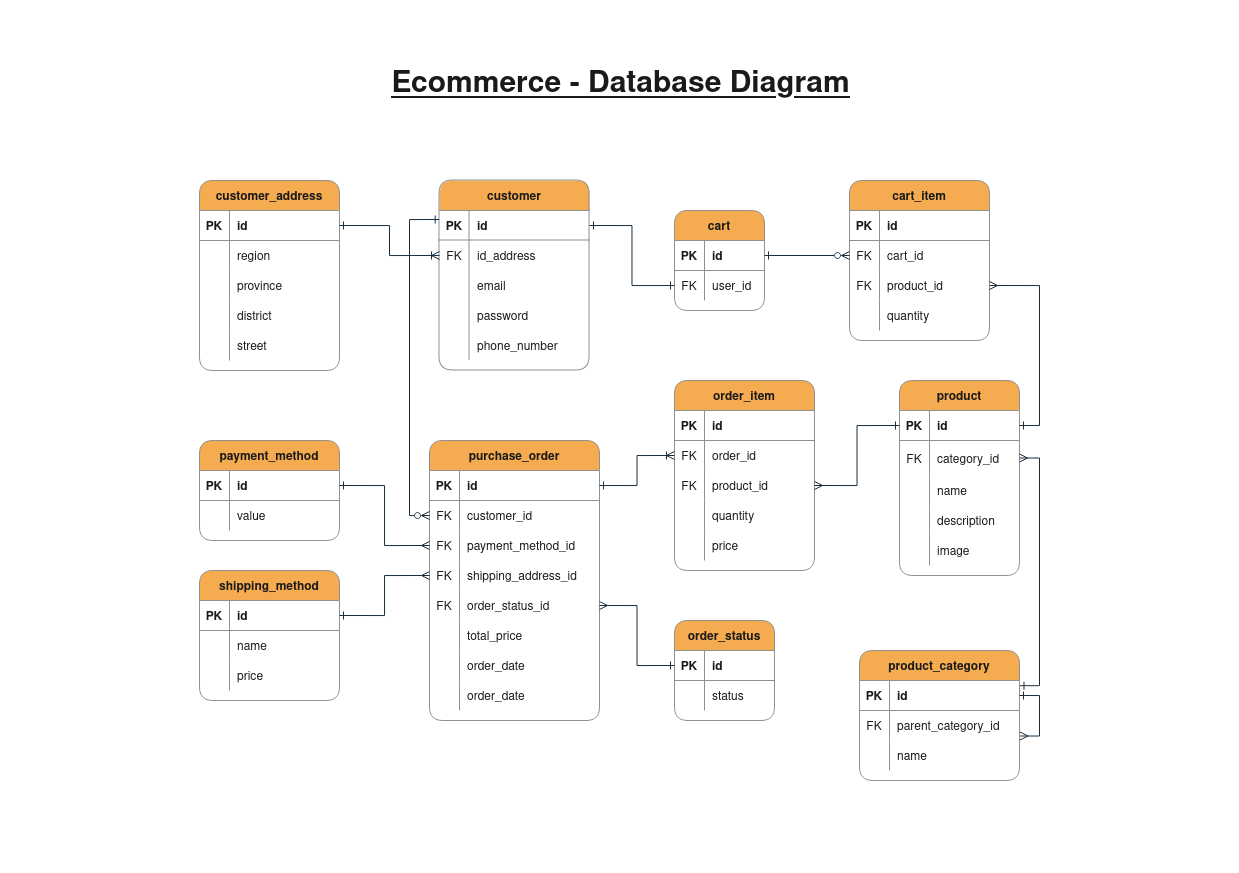
The draw.io diagram ecommerce-db.drawio.png in wguia03/gm-ecommerce-api, before a commit. Source tidied: cells renumbered, new cells last; positions are measured from the earlier drawing's top-left corner, leaving out a move shared by most shapes.
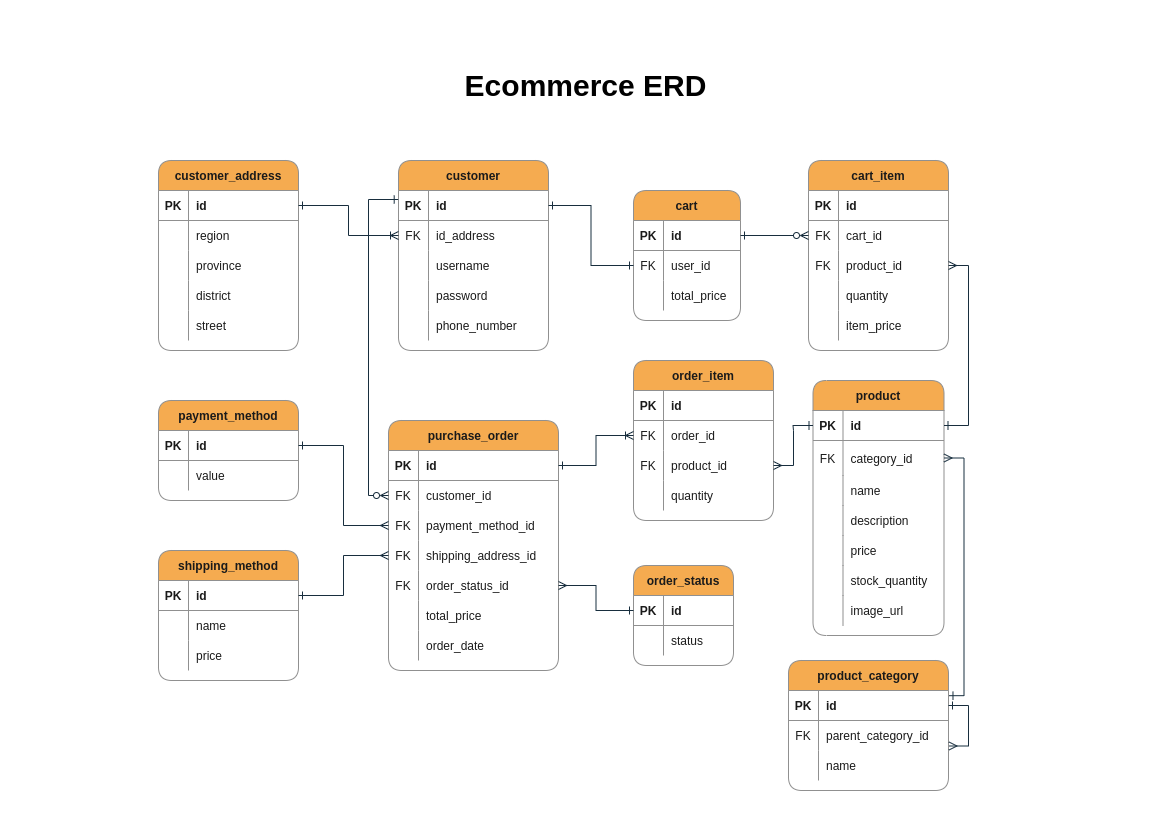
After the change.

The edit, as a diff of the source:
```diff
@@ -4,5 +4,2 @@
     <mxCell id="1" parent="0" />
-    <mxCell id="2" value="Ecommerce - Database Diagram" style="text;html=1;align=center;verticalAlign=middle;strokeColor=none;fillColor=none;strokeWidth=0;fontFamily=Helvetica;fontSize=30;fontStyle=5;rounded=1;labelBackgroundColor=none;fontColor=#1A1A1A;" parent="1" vertex="1">
-      <mxGeometry x="191" width="460" height="50" as="geometry" />
-    </mxCell>
     <mxCell id="3" value="customer" style="shape=table;startSize=30;rowLines=0;fontStyle=1;align=center;fillColor=#F5AB50;strokeColor=#909090;rounded=1;labelBackgroundColor=none;fontColor=#1A1A1A;" parent="1" vertex="1">
@@ -34,3 +31,3 @@
     </mxCell>
-    <mxCell id="12" value="email" style="shape=partialRectangle;overflow=hidden;fillColor=none;top=0;left=0;bottom=0;right=0;align=left;spacingLeft=6;rounded=1;labelBackgroundColor=none;strokeColor=#909090;fontColor=#1A1A1A;" parent="10" vertex="1">
+    <mxCell id="12" value="username" style="shape=partialRectangle;overflow=hidden;fillColor=none;top=0;left=0;bottom=0;right=0;align=left;spacingLeft=6;rounded=1;labelBackgroundColor=none;strokeColor=#909090;fontColor=#1A1A1A;" parent="10" vertex="1">
       <mxGeometry x="30" width="120" height="30" as="geometry" />
@@ -56,6 +53,6 @@
     <mxCell id="19" value="cart" style="shape=table;startSize=30;rowLines=0;fontStyle=1;align=center;fillColor=#F5AB50;strokeColor=#909090;rounded=1;labelBackgroundColor=none;fontColor=#1A1A1A;" parent="1" vertex="1">
-      <mxGeometry x="475" y="150" width="90" height="100" as="geometry" />
+      <mxGeometry x="475" y="150" width="107" height="130" as="geometry" />
     </mxCell>
     <mxCell id="20" style="shape=partialRectangle;fillColor=none;points=[[0,0.5],[1,0.5]];portConstraint=eastwest;top=0;left=0;right=0;bottom=1;rounded=1;labelBackgroundColor=none;strokeColor=#909090;fontColor=#1A1A1A;" parent="19" vertex="1">
-      <mxGeometry y="30" width="90" height="30" as="geometry" />
+      <mxGeometry y="30" width="107" height="30" as="geometry" />
     </mxCell>
@@ -65,6 +62,6 @@
     <mxCell id="22" value="id" style="shape=partialRectangle;overflow=hidden;fillColor=none;top=0;left=0;bottom=0;right=0;align=left;spacingLeft=6;fontStyle=1;rounded=1;labelBackgroundColor=none;strokeColor=#909090;fontColor=#1A1A1A;" parent="20" vertex="1">
-      <mxGeometry x="30" width="60" height="30" as="geometry" />
+      <mxGeometry x="30" width="77" height="30" as="geometry" />
     </mxCell>
     <mxCell id="23" style="shape=partialRectangle;fillColor=none;points=[[0,0.5],[1,0.5]];portConstraint=eastwest;top=0;left=0;right=0;bottom=0;rounded=1;labelBackgroundColor=none;strokeColor=#909090;fontColor=#1A1A1A;" parent="19" vertex="1">
-      <mxGeometry y="60" width="90" height="30" as="geometry" />
+      <mxGeometry y="60" width="107" height="30" as="geometry" />
     </mxCell>
@@ -74,6 +71,15 @@
     <mxCell id="25" value="user_id" style="shape=partialRectangle;overflow=hidden;fillColor=none;top=0;left=0;bottom=0;right=0;align=left;spacingLeft=6;rounded=1;labelBackgroundColor=none;strokeColor=#909090;fontColor=#1A1A1A;" parent="23" vertex="1">
-      <mxGeometry x="30" width="60" height="30" as="geometry" />
+      <mxGeometry x="30" width="77" height="30" as="geometry" />
     </mxCell>
+    <mxCell id="158" style="shape=partialRectangle;fillColor=none;top=0;left=0;right=0;bottom=0;rounded=1;labelBackgroundColor=none;strokeColor=#909090;fontColor=#1A1A1A;" parent="19" vertex="1">
+      <mxGeometry y="90" width="107" height="30" as="geometry" />
+    </mxCell>
+    <mxCell id="159" style="shape=partialRectangle;overflow=hidden;fillColor=none;top=0;left=0;bottom=0;right=0;rounded=1;labelBackgroundColor=none;strokeColor=#909090;fontColor=#1A1A1A;" parent="158" vertex="1">
+      <mxGeometry width="30" height="30" as="geometry" />
+    </mxCell>
+    <mxCell id="160" value="total_price" style="shape=partialRectangle;overflow=hidden;fillColor=none;top=0;left=0;bottom=0;right=0;align=left;spacingLeft=6;rounded=1;labelBackgroundColor=none;strokeColor=#909090;fontColor=#1A1A1A;" parent="158" vertex="1">
+      <mxGeometry x="30" width="77" height="30" as="geometry" />
+    </mxCell>
     <mxCell id="26" value="cart_item" style="shape=table;startSize=30;rowLines=0;fontStyle=1;align=center;fillColor=#F5AB50;strokeColor=#909090;rounded=1;labelBackgroundColor=none;fontColor=#1A1A1A;" parent="1" vertex="1">
-      <mxGeometry x="650" y="120" width="140" height="160" as="geometry" />
+      <mxGeometry x="650" y="120" width="140" height="190" as="geometry" />
     </mxCell>
@@ -115,2 +121,11 @@
     </mxCell>
+    <mxCell id="118" style="shape=partialRectangle;fillColor=none;top=0;left=0;right=0;bottom=0;rounded=1;labelBackgroundColor=none;strokeColor=#909090;fontColor=#1A1A1A;" parent="26" vertex="1">
+      <mxGeometry y="150" width="140" height="30" as="geometry" />
+    </mxCell>
+    <mxCell id="161" style="shape=partialRectangle;overflow=hidden;fillColor=none;top=0;left=0;bottom=0;right=0;rounded=1;labelBackgroundColor=none;strokeColor=#909090;fontColor=#1A1A1A;" parent="118" vertex="1">
+      <mxGeometry width="30" height="30" as="geometry" />
+    </mxCell>
+    <mxCell id="162" value="item_price" style="shape=partialRectangle;overflow=hidden;fillColor=none;top=0;left=0;bottom=0;right=0;align=left;spacingLeft=6;rounded=1;labelBackgroundColor=none;strokeColor=#909090;fontColor=#1A1A1A;" parent="118" vertex="1">
+      <mxGeometry x="30" width="110" height="30" as="geometry" />
+    </mxCell>
     <mxCell id="39" style="edgeStyle=orthogonalEdgeStyle;rounded=0;jettySize=auto;html=1;exitX=1;exitY=0.5;exitDx=0;exitDy=0;entryX=0;entryY=0.5;entryDx=0;entryDy=0;strokeColor=#182E3E;fontColor=#1A1A1A;endArrow=ERzeroToMany;endFill=0;startArrow=ERone;startFill=0;" parent="1" edge="1" source="20" target="30">
@@ -119,6 +134,6 @@
     <mxCell id="40" value="product" style="shape=table;startSize=30;rowLines=0;fontStyle=1;align=center;fillColor=#F5AB50;strokeColor=#909090;rounded=1;labelBackgroundColor=none;fontColor=#1A1A1A;" parent="1" vertex="1">
-      <mxGeometry x="700" y="320" width="120" height="195" as="geometry" />
+      <mxGeometry x="654.5" y="340" width="131" height="255" as="geometry" />
     </mxCell>
     <mxCell id="41" style="shape=partialRectangle;fillColor=none;points=[[0,0.5],[1,0.5]];portConstraint=eastwest;top=0;left=0;right=0;bottom=1;rounded=1;labelBackgroundColor=none;strokeColor=#909090;fontColor=#1A1A1A;" parent="40" vertex="1">
-      <mxGeometry y="30" width="120" height="30" as="geometry" />
+      <mxGeometry y="30" width="131" height="30" as="geometry" />
     </mxCell>
@@ -128,6 +143,6 @@
     <mxCell id="43" value="id" style="shape=partialRectangle;overflow=hidden;fillColor=none;top=0;left=0;bottom=0;right=0;align=left;spacingLeft=6;fontStyle=1;rounded=1;labelBackgroundColor=none;strokeColor=#909090;fontColor=#1A1A1A;" parent="41" vertex="1">
-      <mxGeometry x="30" width="90" height="30" as="geometry" />
+      <mxGeometry x="30" width="101" height="30" as="geometry" />
     </mxCell>
     <mxCell id="44" style="shape=partialRectangle;fillColor=none;points=[[0,0.5],[1,0.5]];portConstraint=eastwest;top=0;left=0;right=0;bottom=0;rounded=1;labelBackgroundColor=none;strokeColor=#909090;fontColor=#1A1A1A;" parent="40" vertex="1">
-      <mxGeometry y="60" width="120" height="35" as="geometry" />
+      <mxGeometry y="60" width="131" height="35" as="geometry" />
     </mxCell>
@@ -137,6 +152,6 @@
     <mxCell id="46" value="category_id" style="shape=partialRectangle;overflow=hidden;fillColor=none;top=0;left=0;bottom=0;right=0;align=left;spacingLeft=6;rounded=1;labelBackgroundColor=none;strokeColor=#909090;fontColor=#1A1A1A;" parent="44" vertex="1">
-      <mxGeometry x="30" width="90" height="35" as="geometry" />
+      <mxGeometry x="30" width="101" height="35" as="geometry" />
     </mxCell>
     <mxCell id="47" style="shape=partialRectangle;fillColor=none;top=0;left=0;right=0;bottom=0;rounded=1;labelBackgroundColor=none;strokeColor=#909090;fontColor=#1A1A1A;" parent="40" vertex="1">
-      <mxGeometry y="95" width="120" height="30" as="geometry" />
+      <mxGeometry y="95" width="131" height="30" as="geometry" />
     </mxCell>
@@ -146,6 +161,6 @@
     <mxCell id="49" value="name" style="shape=partialRectangle;overflow=hidden;fillColor=none;top=0;left=0;bottom=0;right=0;align=left;spacingLeft=6;rounded=1;labelBackgroundColor=none;strokeColor=#909090;fontColor=#1A1A1A;" parent="47" vertex="1">
-      <mxGeometry x="30" width="90" height="30" as="geometry" />
+      <mxGeometry x="30" width="101" height="30" as="geometry" />
     </mxCell>
     <mxCell id="50" style="shape=partialRectangle;fillColor=none;top=0;left=0;right=0;bottom=0;rounded=1;labelBackgroundColor=none;strokeColor=#909090;fontColor=#1A1A1A;" parent="40" vertex="1">
-      <mxGeometry y="125" width="120" height="30" as="geometry" />
+      <mxGeometry y="125" width="131" height="30" as="geometry" />
     </mxCell>
@@ -155,6 +170,6 @@
     <mxCell id="52" value="description" style="shape=partialRectangle;overflow=hidden;fillColor=none;top=0;left=0;bottom=0;right=0;align=left;spacingLeft=6;rounded=1;labelBackgroundColor=none;strokeColor=#909090;fontColor=#1A1A1A;" parent="50" vertex="1">
-      <mxGeometry x="30" width="90" height="30" as="geometry" />
+      <mxGeometry x="30" width="101" height="30" as="geometry" />
     </mxCell>
     <mxCell id="53" style="shape=partialRectangle;fillColor=none;top=0;left=0;right=0;bottom=0;rounded=1;labelBackgroundColor=none;strokeColor=#909090;fontColor=#1A1A1A;" parent="40" vertex="1">
-      <mxGeometry y="155" width="120" height="30" as="geometry" />
+      <mxGeometry y="155" width="131" height="30" as="geometry" />
     </mxCell>
@@ -163,7 +178,25 @@
     </mxCell>
-    <mxCell id="55" value="image" style="shape=partialRectangle;overflow=hidden;fillColor=none;top=0;left=0;bottom=0;right=0;align=left;spacingLeft=6;rounded=1;labelBackgroundColor=none;strokeColor=#909090;fontColor=#1A1A1A;" parent="53" vertex="1">
-      <mxGeometry x="30" width="90" height="30" as="geometry" />
+    <mxCell id="55" value="price" style="shape=partialRectangle;overflow=hidden;fillColor=none;top=0;left=0;bottom=0;right=0;align=left;spacingLeft=6;rounded=1;labelBackgroundColor=none;strokeColor=#909090;fontColor=#1A1A1A;" parent="53" vertex="1">
+      <mxGeometry x="30" width="101" height="30" as="geometry" />
     </mxCell>
+    <mxCell id="163" style="shape=partialRectangle;fillColor=none;top=0;left=0;right=0;bottom=0;rounded=1;labelBackgroundColor=none;strokeColor=#909090;fontColor=#1A1A1A;" parent="40" vertex="1">
+      <mxGeometry y="185" width="131" height="30" as="geometry" />
+    </mxCell>
+    <mxCell id="164" style="shape=partialRectangle;overflow=hidden;fillColor=none;top=0;left=0;bottom=0;right=0;rounded=1;labelBackgroundColor=none;strokeColor=#909090;fontColor=#1A1A1A;" parent="163" vertex="1">
+      <mxGeometry width="30" height="30" as="geometry" />
+    </mxCell>
+    <mxCell id="165" value="stock_quantity" style="shape=partialRectangle;overflow=hidden;fillColor=none;top=0;left=0;bottom=0;right=0;align=left;spacingLeft=6;rounded=1;labelBackgroundColor=none;strokeColor=#909090;fontColor=#1A1A1A;" parent="163" vertex="1">
+      <mxGeometry x="30" width="101" height="30" as="geometry" />
+    </mxCell>
+    <mxCell id="166" style="shape=partialRectangle;fillColor=none;top=0;left=0;right=0;bottom=0;rounded=1;labelBackgroundColor=none;strokeColor=#909090;fontColor=#1A1A1A;" parent="40" vertex="1">
+      <mxGeometry y="215" width="131" height="30" as="geometry" />
+    </mxCell>
+    <mxCell id="167" style="shape=partialRectangle;overflow=hidden;fillColor=none;top=0;left=0;bottom=0;right=0;rounded=1;labelBackgroundColor=none;strokeColor=#909090;fontColor=#1A1A1A;" parent="166" vertex="1">
+      <mxGeometry width="30" height="30" as="geometry" />
+    </mxCell>
+    <mxCell id="168" value="image_url" style="shape=partialRectangle;overflow=hidden;fillColor=none;top=0;left=0;bottom=0;right=0;align=left;spacingLeft=6;rounded=1;labelBackgroundColor=none;strokeColor=#909090;fontColor=#1A1A1A;" parent="166" vertex="1">
+      <mxGeometry x="30" width="101" height="30" as="geometry" />
+    </mxCell>
     <mxCell id="56" value="order_status" style="shape=table;startSize=30;rowLines=0;fontStyle=1;align=center;fillColor=#F5AB50;strokeColor=#909090;rounded=1;labelBackgroundColor=none;fontColor=#1A1A1A;" parent="1" vertex="1">
-      <mxGeometry x="475" y="560" width="100" height="100" as="geometry" />
+      <mxGeometry x="475" y="525" width="100" height="100" as="geometry" />
     </mxCell>
@@ -188,3 +221,3 @@
     <mxCell id="63" value="purchase_order" style="shape=table;startSize=30;rowLines=0;fontStyle=1;align=center;fillColor=#F5AB50;strokeColor=#909090;rounded=1;labelBackgroundColor=none;fontColor=#1A1A1A;" parent="1" vertex="1">
-      <mxGeometry x="230" y="380" width="170" height="280" as="geometry" />
+      <mxGeometry x="230" y="380" width="170" height="250" as="geometry" />
     </mxCell>
@@ -253,13 +286,4 @@
     </mxCell>
-    <mxCell id="85" style="shape=partialRectangle;fillColor=none;top=0;left=0;right=0;bottom=0;rounded=1;labelBackgroundColor=none;strokeColor=#909090;fontColor=#1A1A1A;" parent="63" vertex="1">
-      <mxGeometry y="240" width="170" height="30" as="geometry" />
-    </mxCell>
-    <mxCell id="86" style="shape=partialRectangle;overflow=hidden;fillColor=none;top=0;left=0;bottom=0;right=0;rounded=1;labelBackgroundColor=none;strokeColor=#909090;fontColor=#1A1A1A;" parent="85" vertex="1">
-      <mxGeometry width="30" height="30" as="geometry" />
-    </mxCell>
-    <mxCell id="87" value="order_date" style="shape=partialRectangle;overflow=hidden;fillColor=none;top=0;left=0;bottom=0;right=0;align=left;spacingLeft=6;rounded=1;labelBackgroundColor=none;strokeColor=#909090;fontColor=#1A1A1A;" parent="85" vertex="1">
-      <mxGeometry x="30" width="140" height="30" as="geometry" />
-    </mxCell>
     <mxCell id="88" value="payment_method" style="shape=table;startSize=30;rowLines=0;fontStyle=1;align=center;fillColor=#F5AB50;strokeColor=#909090;rounded=1;labelBackgroundColor=none;fontColor=#1A1A1A;" parent="1" vertex="1">
-      <mxGeometry y="380" width="140" height="100" as="geometry" />
+      <mxGeometry y="360" width="140" height="100" as="geometry" />
     </mxCell>
@@ -314,3 +338,3 @@
     <mxCell id="105" value="order_item" style="shape=table;startSize=30;rowLines=0;fontStyle=1;align=center;fillColor=#F5AB50;strokeColor=#909090;rounded=1;labelBackgroundColor=none;fontColor=#1A1A1A;" parent="1" vertex="1">
-      <mxGeometry x="475" y="320" width="140" height="190" as="geometry" />
+      <mxGeometry x="475" y="320" width="140" height="160" as="geometry" />
     </mxCell>
@@ -352,13 +376,4 @@
     </mxCell>
-    <mxCell id="118" style="shape=partialRectangle;fillColor=none;top=0;left=0;right=0;bottom=0;rounded=1;labelBackgroundColor=none;strokeColor=#909090;fontColor=#1A1A1A;" parent="105" vertex="1">
-      <mxGeometry y="150" width="140" height="30" as="geometry" />
-    </mxCell>
-    <mxCell id="119" style="shape=partialRectangle;overflow=hidden;fillColor=none;top=0;left=0;bottom=0;right=0;rounded=1;labelBackgroundColor=none;strokeColor=#909090;fontColor=#1A1A1A;" parent="118" vertex="1">
-      <mxGeometry width="30" height="30" as="geometry" />
-    </mxCell>
-    <mxCell id="120" value="price" style="shape=partialRectangle;overflow=hidden;fillColor=none;top=0;left=0;bottom=0;right=0;align=left;spacingLeft=6;rounded=1;labelBackgroundColor=none;strokeColor=#909090;fontColor=#1A1A1A;" parent="118" vertex="1">
-      <mxGeometry x="30" width="110" height="30" as="geometry" />
-    </mxCell>
     <mxCell id="121" value="product_category" style="shape=table;startSize=30;rowLines=0;fontStyle=1;align=center;fillColor=#F5AB50;strokeColor=#909090;rounded=1;labelBackgroundColor=none;fontColor=#1A1A1A;" parent="1" vertex="1">
-      <mxGeometry x="660" y="590" width="160" height="130" as="geometry" />
+      <mxGeometry x="630" y="620" width="160" height="130" as="geometry" />
     </mxCell>
@@ -472,2 +487,5 @@
     </mxCell>
+    <mxCell id="169" value="Ecommerce ERD" style="text;html=1;align=center;verticalAlign=middle;strokeColor=none;fillColor=none;fontStyle=1;fontSize=30;" parent="1" vertex="1">
+      <mxGeometry x="297" y="20" width="260" height="50" as="geometry" />
+    </mxCell>
   </root>
```
